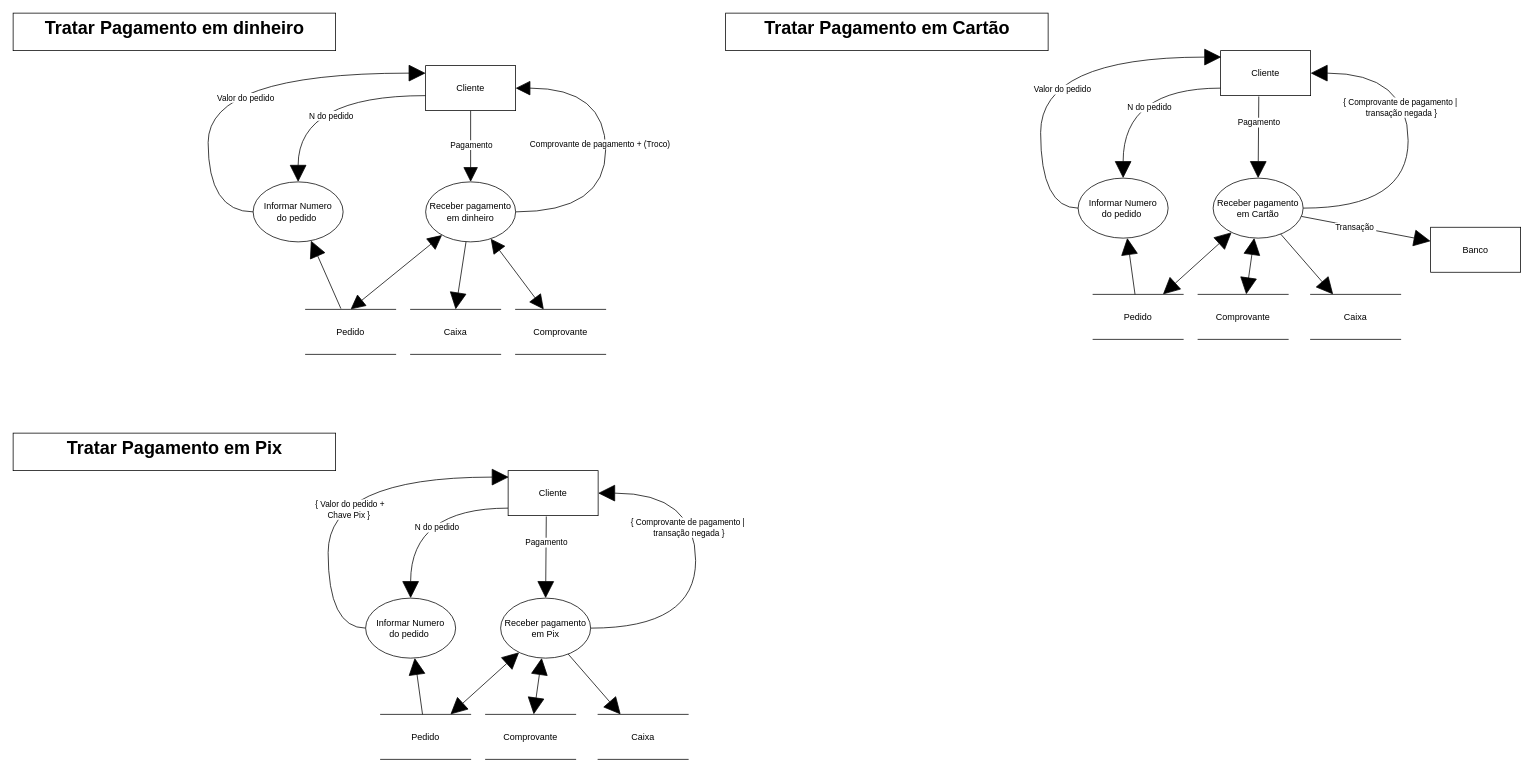
Above: Documentation/DFD Essencial para cada Capacidade/DFD Tratar Pagamento.drawio in Systematicos/FindingApp (draw.io), before the change. Source tidied: cells renumbered, new cells numbered last; positions are measured from the earlier drawing's top-left corner, leaving out a move shared by most shapes. Both pictures are drawn from the tidied source at 75%, with x=0, y=0 at pixel (13, 13).
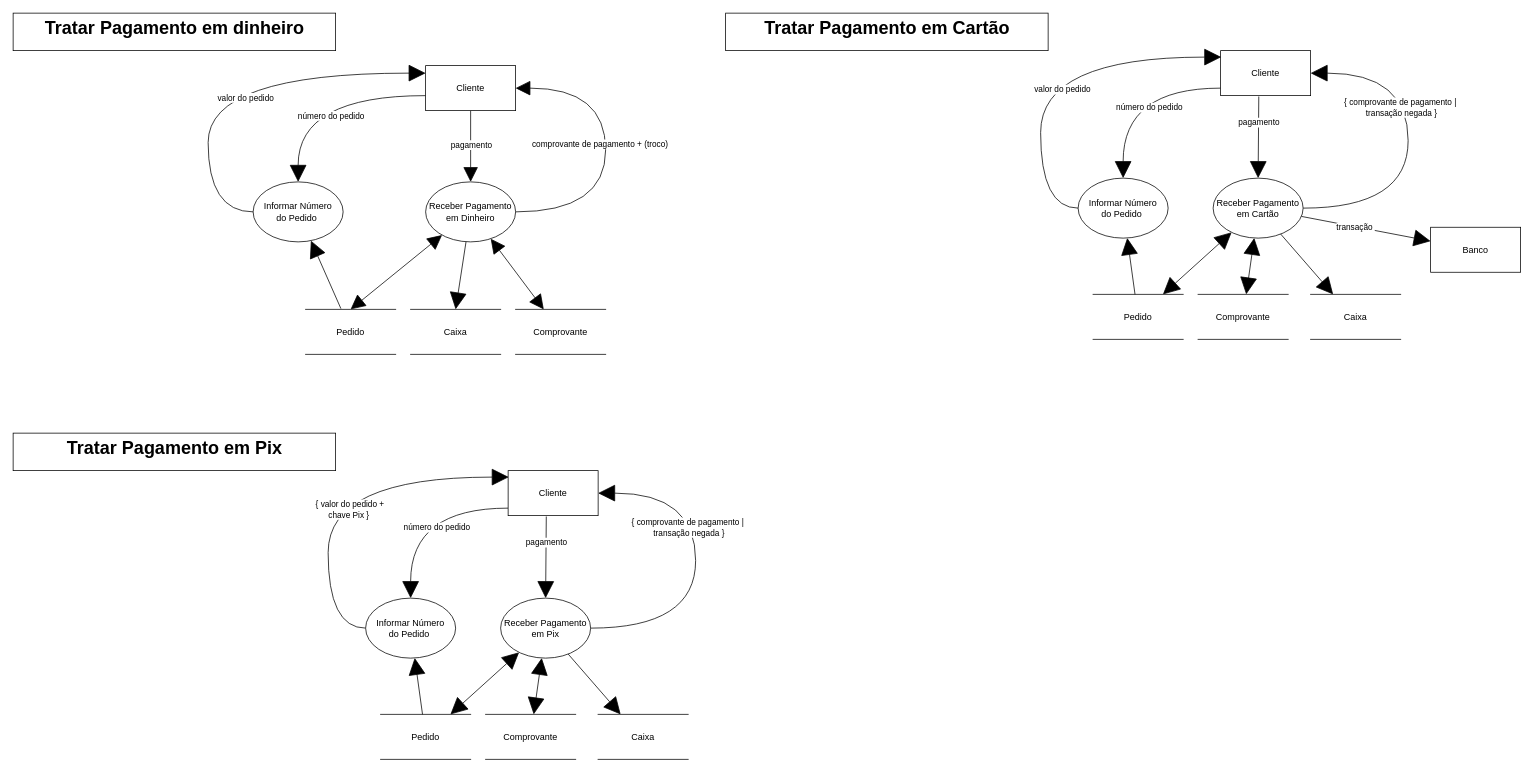
The same diagram, later.

Unchanged cells that the change refers to:
```xml
<mxCell id="2" style="edgeStyle=none;rounded=0;jettySize=auto;html=1;startArrow=none;startFill=0;startSize=17;endArrow=block;endFill=1;endSize=17;" parent="1" edge="1" source="6" target="11">
  <mxGeometry relative="1" as="geometry" />
</mxCell>
<mxCell id="4" style="edgeStyle=orthogonalEdgeStyle;curved=1;rounded=0;jettySize=auto;html=1;entryX=0.5;entryY=0;entryDx=0;entryDy=0;endSize=20;startSize=20;endArrow=block;endFill=1;" parent="1" edge="1" source="6" target="37">
  <mxGeometry relative="1" as="geometry">
    <Array as="points">
      <mxPoint x="380" y="110" />
    </Array>
  </mxGeometry>
</mxCell>
<mxCell id="8" style="edgeStyle=orthogonalEdgeStyle;rounded=0;jettySize=auto;html=1;entryX=1;entryY=0.5;entryDx=0;entryDy=0;startArrow=none;startFill=0;startSize=17;endArrow=block;endFill=1;endSize=17;curved=1;" parent="1" edge="1" source="11" target="6">
  <mxGeometry relative="1" as="geometry">
    <Array as="points">
      <mxPoint x="790" y="265" />
      <mxPoint x="790" y="100" />
    </Array>
  </mxGeometry>
</mxCell>
<mxCell id="16" style="edgeStyle=orthogonalEdgeStyle;rounded=0;jettySize=auto;html=1;entryX=0.5;entryY=0;entryDx=0;entryDy=0;startArrow=none;startFill=0;startSize=20;endArrow=block;endFill=1;endSize=20;curved=1;" parent="1" edge="1" source="18" target="46">
  <mxGeometry relative="1" as="geometry">
    <Array as="points">
      <mxPoint x="1480" y="100" />
    </Array>
  </mxGeometry>
</mxCell>
<mxCell id="24" style="edgeStyle=none;rounded=0;jettySize=auto;html=1;entryX=0.424;entryY=1.019;entryDx=0;entryDy=0;entryPerimeter=0;startArrow=block;startFill=1;startSize=20;endArrow=none;endFill=0;endSize=20;" parent="1" edge="1" source="30" target="18">
  <mxGeometry relative="1" as="geometry" />
</mxCell>
<mxCell id="26" style="edgeStyle=orthogonalEdgeStyle;rounded=0;jettySize=auto;html=1;entryX=1;entryY=0.5;entryDx=0;entryDy=0;startArrow=none;startFill=0;startSize=20;endArrow=block;endFill=1;endSize=20;curved=1;" parent="1" edge="1" source="30" target="18">
  <mxGeometry relative="1" as="geometry">
    <Array as="points">
      <mxPoint x="1860" y="260" />
      <mxPoint x="1860" y="80" />
    </Array>
  </mxGeometry>
</mxCell>
<mxCell id="28" style="rounded=0;jettySize=auto;html=1;startArrow=none;startFill=0;startSize=20;endArrow=block;endFill=1;endSize=20;" parent="1" edge="1" source="30" target="33">
  <mxGeometry relative="1" as="geometry" />
</mxCell>
<mxCell id="34" style="edgeStyle=orthogonalEdgeStyle;rounded=0;jettySize=auto;html=1;curved=1;endSize=20;startSize=20;endArrow=block;endFill=1;" parent="1" edge="1" source="37">
  <mxGeometry relative="1" as="geometry">
    <mxPoint x="550" y="80" as="targetPoint" />
    <Array as="points">
      <mxPoint x="260" y="265" />
      <mxPoint x="260" y="80" />
      <mxPoint x="550" y="80" />
    </Array>
  </mxGeometry>
</mxCell>
<mxCell id="44" style="edgeStyle=orthogonalEdgeStyle;rounded=0;jettySize=auto;html=1;entryX=0.007;entryY=0.144;entryDx=0;entryDy=0;startArrow=none;startFill=0;startSize=20;endArrow=block;endFill=1;endSize=20;entryPerimeter=0;curved=1;" parent="1" edge="1" source="46" target="18">
  <mxGeometry relative="1" as="geometry">
    <Array as="points">
      <mxPoint x="1370" y="260" />
      <mxPoint x="1370" y="59" />
    </Array>
  </mxGeometry>
</mxCell>
<mxCell id="47" style="edgeStyle=orthogonalEdgeStyle;rounded=0;jettySize=auto;html=1;entryX=0.5;entryY=0;entryDx=0;entryDy=0;startArrow=none;startFill=0;startSize=20;endArrow=block;endFill=1;endSize=20;curved=1;" parent="1" edge="1" source="49" target="67">
  <mxGeometry relative="1" as="geometry">
    <Array as="points">
      <mxPoint x="530" y="660" />
    </Array>
  </mxGeometry>
</mxCell>
<mxCell id="55" style="edgeStyle=none;rounded=0;jettySize=auto;html=1;entryX=0.424;entryY=1.019;entryDx=0;entryDy=0;entryPerimeter=0;startArrow=block;startFill=1;startSize=20;endArrow=none;endFill=0;endSize=20;" parent="1" edge="1" source="59" target="49">
  <mxGeometry relative="1" as="geometry" />
</mxCell>
<mxCell id="57" style="edgeStyle=orthogonalEdgeStyle;rounded=0;jettySize=auto;html=1;entryX=1;entryY=0.5;entryDx=0;entryDy=0;startArrow=none;startFill=0;startSize=20;endArrow=block;endFill=1;endSize=20;curved=1;" parent="1" edge="1" source="59" target="49">
  <mxGeometry relative="1" as="geometry">
    <Array as="points">
      <mxPoint x="910" y="820" />
      <mxPoint x="910" y="640" />
    </Array>
  </mxGeometry>
</mxCell>
<mxCell id="65" style="edgeStyle=orthogonalEdgeStyle;rounded=0;jettySize=auto;html=1;entryX=0.007;entryY=0.144;entryDx=0;entryDy=0;startArrow=none;startFill=0;startSize=20;endArrow=block;endFill=1;endSize=20;entryPerimeter=0;curved=1;" parent="1" edge="1" source="67" target="49">
  <mxGeometry relative="1" as="geometry">
    <Array as="points">
      <mxPoint x="420" y="820" />
      <mxPoint x="420" y="619" />
    </Array>
  </mxGeometry>
</mxCell>
```

Change to the diagram source:
```diff
@@
-    <mxCell id="3" value="Pagamento" style="edgeLabel;html=1;align=center;verticalAlign=middle;" parent="2" vertex="1">
+    <mxCell id="3" value="pagamento" style="edgeLabel;html=1;align=center;verticalAlign=middle;" parent="2" vertex="1">
       <mxGeometry x="-0.35" relative="1" as="geometry">
         <mxPoint y="14" as="offset" />
       </mxGeometry>
     </mxCell>
@@
-    <mxCell id="5" value="N do pedido" style="edgeLabel;html=1;align=center;verticalAlign=middle;" parent="4" vertex="1">
+    <mxCell id="5" value="número do pedido" style="edgeLabel;html=1;align=center;verticalAlign=middle;" parent="4" vertex="1">
       <mxGeometry x="-0.11" y="26" relative="1" as="geometry" />
     </mxCell>
@@
-    <mxCell id="9" value="Comprovante de pagamento + (Troco)&amp;nbsp;" style="edgeLabel;html=1;align=center;verticalAlign=middle;" parent="8" vertex="1">
+    <mxCell id="9" value="comprovante de pagamento + (troco)&amp;nbsp;" style="edgeLabel;html=1;align=center;verticalAlign=middle;" parent="8" vertex="1">
       <mxGeometry x="0.18" y="7" relative="1" as="geometry">
         <mxPoint y="28" as="offset" />
       </mxGeometry>
     </mxCell>
@@
-    <mxCell id="11" value="Receber pagamento em dinheiro" style="ellipse;whiteSpace=wrap;html=1;" parent="1" vertex="1">
+    <mxCell id="11" value="Receber Pagamento em Dinheiro" style="ellipse;whiteSpace=wrap;html=1;" parent="1" vertex="1">
       <mxGeometry x="550" y="225" width="120" height="80" as="geometry" />
     </mxCell>
@@
-    <mxCell id="17" value="N do pedido" style="edgeLabel;html=1;align=center;verticalAlign=middle;" parent="16" vertex="1">
+    <mxCell id="17" value="número do pedido" style="edgeLabel;html=1;align=center;verticalAlign=middle;" parent="16" vertex="1">
       <mxGeometry x="-0.23" y="24" relative="1" as="geometry">
         <mxPoint y="1" as="offset" />
       </mxGeometry>
     </mxCell>
@@
-    <mxCell id="25" value="Pagamento" style="edgeLabel;html=1;align=center;verticalAlign=middle;" parent="24" vertex="1">
+    <mxCell id="25" value="pagamento" style="edgeLabel;html=1;align=center;verticalAlign=middle;" parent="24" vertex="1">
       <mxGeometry x="0.37" relative="1" as="geometry" />
     </mxCell>
@@
-    <mxCell id="27" value="{ Comprovante de pagamento |&amp;nbsp;&lt;br&gt;transação negada }" style="edgeLabel;html=1;align=center;verticalAlign=middle;" parent="26" vertex="1">
+    <mxCell id="27" value="{ comprovante de pagamento |&amp;nbsp;&lt;br&gt;transação negada }" style="edgeLabel;html=1;align=center;verticalAlign=middle;" parent="26" vertex="1">
       <mxGeometry x="0.22" y="10" relative="1" as="geometry" />
     </mxCell>
@@
-    <mxCell id="29" value="Transação&amp;nbsp;" style="edgeLabel;html=1;align=center;verticalAlign=middle;" parent="28" vertex="1">
+    <mxCell id="29" value="transação&amp;nbsp;" style="edgeLabel;html=1;align=center;verticalAlign=middle;" parent="28" vertex="1">
       <mxGeometry x="-0.37" y="-2" relative="1" as="geometry">
         <mxPoint x="18.6" y="2.2" as="offset" />
       </mxGeometry>
     </mxCell>
-    <mxCell id="30" value="Receber pagamento em Cartão" style="ellipse;whiteSpace=wrap;html=1;" parent="1" vertex="1">
+    <mxCell id="30" value="Receber Pagamento em Cartão" style="ellipse;whiteSpace=wrap;html=1;" parent="1" vertex="1">
       <mxGeometry x="1600" y="220" width="120" height="80" as="geometry" />
     </mxCell>
@@
-    <mxCell id="35" value="Valor do pedido" style="edgeLabel;html=1;align=center;verticalAlign=middle;" parent="34" vertex="1">
+    <mxCell id="35" value="valor do pedido" style="edgeLabel;html=1;align=center;verticalAlign=middle;" parent="34" vertex="1">
       <mxGeometry x="0.1" y="-32" relative="1" as="geometry" />
     </mxCell>
@@
-    <mxCell id="37" value="Informar Numero&lt;br&gt;do pedido&amp;nbsp;" style="ellipse;whiteSpace=wrap;html=1;" parent="1" vertex="1">
+    <mxCell id="37" value="Informar Número&lt;br&gt;do Pedido&amp;nbsp;" style="ellipse;whiteSpace=wrap;html=1;" parent="1" vertex="1">
       <mxGeometry x="320" y="225" width="120" height="80" as="geometry" />
     </mxCell>
@@
-    <mxCell id="45" value="Valor do pedido" style="edgeLabel;html=1;align=center;verticalAlign=middle;" parent="44" vertex="1">
+    <mxCell id="45" value="valor do pedido" style="edgeLabel;html=1;align=center;verticalAlign=middle;" parent="44" vertex="1">
       <mxGeometry x="-0.15" y="-28" relative="1" as="geometry" />
     </mxCell>
-    <mxCell id="46" value="Informar Numero&lt;br&gt;do pedido&amp;nbsp;" style="ellipse;whiteSpace=wrap;html=1;" parent="1" vertex="1">
+    <mxCell id="46" value="Informar Número&lt;br&gt;do Pedido&amp;nbsp;" style="ellipse;whiteSpace=wrap;html=1;" parent="1" vertex="1">
       <mxGeometry x="1420" y="220" width="120" height="80" as="geometry" />
     </mxCell>
@@
-    <mxCell id="48" value="N do pedido" style="edgeLabel;html=1;align=center;verticalAlign=middle;" parent="47" vertex="1">
+    <mxCell id="48" value="número do pedido" style="edgeLabel;html=1;align=center;verticalAlign=middle;" parent="47" vertex="1">
       <mxGeometry x="-0.23" y="24" relative="1" as="geometry">
         <mxPoint y="1" as="offset" />
       </mxGeometry>
     </mxCell>
@@
-    <mxCell id="56" value="Pagamento" style="edgeLabel;html=1;align=center;verticalAlign=middle;" parent="55" vertex="1">
+    <mxCell id="56" value="pagamento" style="edgeLabel;html=1;align=center;verticalAlign=middle;" parent="55" vertex="1">
       <mxGeometry x="0.37" relative="1" as="geometry" />
     </mxCell>
@@
-    <mxCell id="58" value="{ Comprovante de pagamento |&amp;nbsp;&lt;br&gt;transação negada }" style="edgeLabel;html=1;align=center;verticalAlign=middle;" parent="57" vertex="1">
+    <mxCell id="58" value="{ comprovante de pagamento |&amp;nbsp;&lt;br&gt;transação negada }" style="edgeLabel;html=1;align=center;verticalAlign=middle;" parent="57" vertex="1">
       <mxGeometry x="0.22" y="10" relative="1" as="geometry" />
     </mxCell>
-    <mxCell id="59" value="Receber pagamento em Pix" style="ellipse;whiteSpace=wrap;html=1;" parent="1" vertex="1">
+    <mxCell id="59" value="Receber Pagamento em Pix" style="ellipse;whiteSpace=wrap;html=1;" parent="1" vertex="1">
       <mxGeometry x="650" y="780" width="120" height="80" as="geometry" />
     </mxCell>
@@
-    <mxCell id="66" value="{ Valor do pedido + &lt;br&gt;Chave Pix }&amp;nbsp;" style="edgeLabel;html=1;align=center;verticalAlign=middle;" parent="65" vertex="1">
+    <mxCell id="66" value="{ valor do pedido + &lt;br&gt;chave Pix }&amp;nbsp;" style="edgeLabel;html=1;align=center;verticalAlign=middle;" parent="65" vertex="1">
       <mxGeometry x="-0.15" y="-28" relative="1" as="geometry" />
     </mxCell>
-    <mxCell id="67" value="Informar Numero&lt;br&gt;do pedido&amp;nbsp;" style="ellipse;whiteSpace=wrap;html=1;" parent="1" vertex="1">
+    <mxCell id="67" value="Informar Número&lt;br&gt;do Pedido&amp;nbsp;" style="ellipse;whiteSpace=wrap;html=1;" parent="1" vertex="1">
       <mxGeometry x="470" y="780" width="120" height="80" as="geometry" />
     </mxCell>
```
